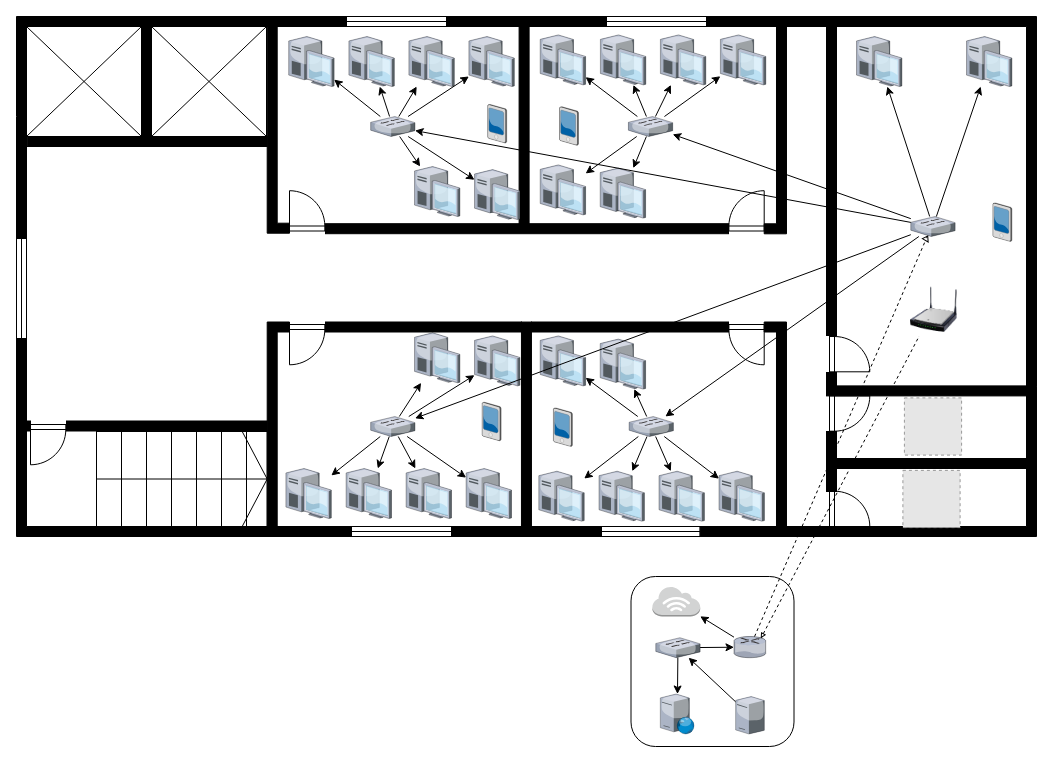
Earlier version of the draw.io diagram page "t2" (2 of 6) of Biểu đồ không có tiêu đề.drawio (thdngh/jdz). Source tidied: cells renumbered, new cells numbered last; positions are measured from the earlier drawing's top-left corner, leaving out a move shared by most shapes. Both pictures are drawn from the tidied source at 100%, with x=0, y=0 at pixel (-29, 16). Pictures stored in the file or linked from it are replaced by grey dashed boxes.
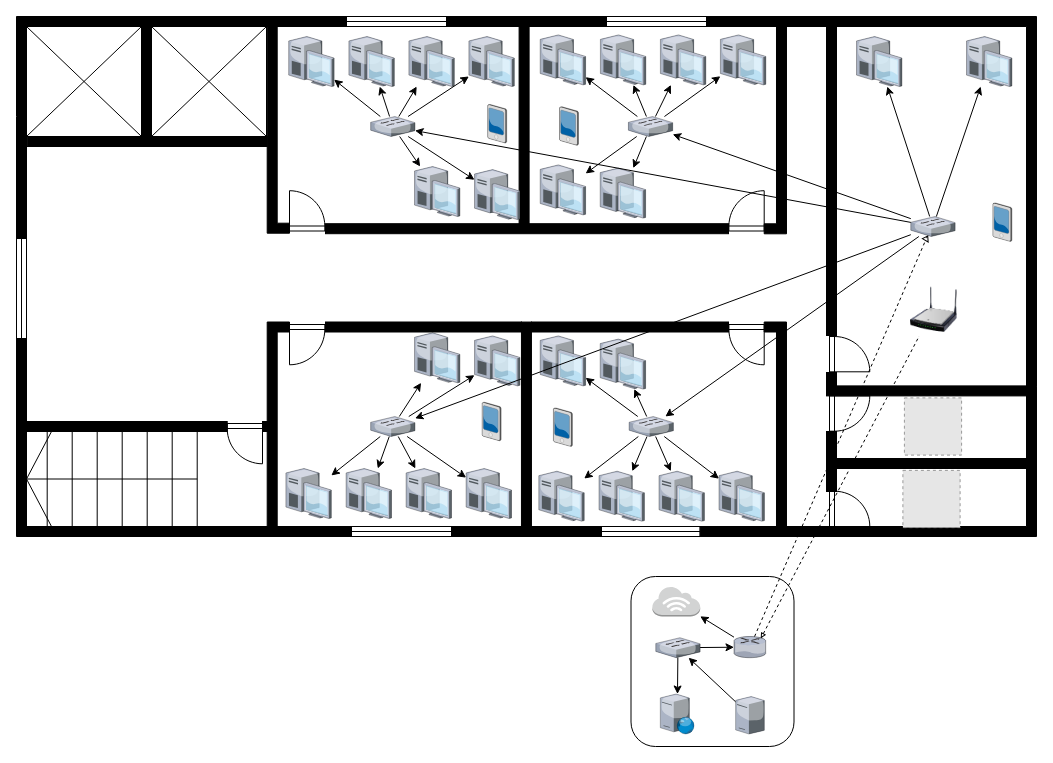
Above is the later version.

What changed in the source:
```diff
@@
-    <mxCell id="14" style="verticalLabelPosition=bottom;html=1;verticalAlign=top;align=center;shape=mxgraph.floorplan.stairs;fillColor=none;" parent="1" vertex="1">
-      <mxGeometry x="125" y="415" width="170.7" height="95" as="geometry" />
-    </mxCell>
-    <mxCell id="15" style="verticalLabelPosition=bottom;html=1;verticalAlign=top;align=center;shape=mxgraph.floorplan.wall;fillColor=strokeColor;" parent="1" vertex="1">
-      <mxGeometry x="95" y="404.5" width="200.7" height="10" as="geometry" />
-    </mxCell>
-    <mxCell id="16" style="verticalLabelPosition=bottom;html=1;verticalAlign=top;align=center;shape=mxgraph.floorplan.doorLeft;fillColor=none;" parent="1" vertex="1">
-      <mxGeometry x="59" y="408" width="35.3" height="37.5" as="geometry" />
-    </mxCell>
-    <mxCell id="17" style="verticalLabelPosition=bottom;html=1;verticalAlign=top;align=center;shape=mxgraph.floorplan.wall;fillColor=strokeColor;" parent="1" vertex="1">
-      <mxGeometry x="45" y="404.5" width="14" height="10" as="geometry" />
-    </mxCell>
@@
+    <mxCell id="134" style="verticalLabelPosition=bottom;html=1;verticalAlign=top;align=center;shape=mxgraph.floorplan.wall;fillColor=strokeColor;" parent="1" vertex="1">
+      <mxGeometry x="55" y="405" width="200.7" height="10" as="geometry" />
+    </mxCell>
+    <mxCell id="135" style="verticalLabelPosition=bottom;html=1;verticalAlign=top;align=center;shape=mxgraph.floorplan.doorLeft;fillColor=none;flipH=1;" parent="1" vertex="1">
+      <mxGeometry x="255.7" y="407" width="35.3" height="37.5" as="geometry" />
+    </mxCell>
+    <mxCell id="136" style="verticalLabelPosition=bottom;html=1;verticalAlign=top;align=center;shape=mxgraph.floorplan.wall;fillColor=strokeColor;" parent="1" vertex="1">
+      <mxGeometry x="291" y="405" width="14" height="10" as="geometry" />
+    </mxCell>
+    <mxCell id="137" style="verticalLabelPosition=bottom;html=1;verticalAlign=top;align=center;shape=mxgraph.floorplan.stairs;fillColor=none;flipH=1;" parent="1" vertex="1">
+      <mxGeometry x="55" y="415" width="170.7" height="95" as="geometry" />
+    </mxCell>
```
